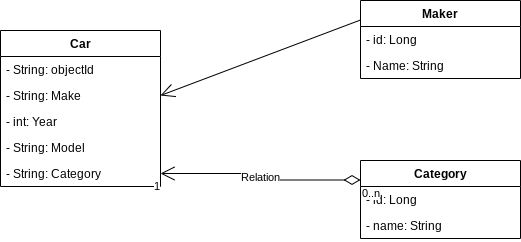
Earlier version of the draw.io export car_database.png (tolpiekin/car-rest-service). Source tidied: cells renumbered, new cells last; positions are measured from the earlier drawing's top-left corner, leaving out a move shared by most shapes. Source of this version:
```xml
<mxGraphModel>
  <root>
    <mxCell id="0" />
    <mxCell id="1" parent="0" />
    <mxCell id="2" value="Car" style="swimlane;fontStyle=1;align=center;verticalAlign=top;horizontal=1;startSize=26;" parent="1" vertex="1">
      <mxGeometry y="30" width="160" height="156" as="geometry" />
    </mxCell>
    <mxCell id="3" value="- String: objectId" style="text;strokeColor=none;fillColor=none;align=left;verticalAlign=top;spacingLeft=4;spacingRight=4;overflow=hidden;points=[[0,0.5],[1,0.5]];portConstraint=eastwest;" parent="2" vertex="1">
      <mxGeometry y="26" width="160" height="26" as="geometry" />
    </mxCell>
    <mxCell id="4" value="- String: Make" style="text;strokeColor=none;fillColor=none;align=left;verticalAlign=top;spacingLeft=4;spacingRight=4;overflow=hidden;points=[[0,0.5],[1,0.5]];portConstraint=eastwest;" parent="2" vertex="1">
      <mxGeometry y="52" width="160" height="26" as="geometry" />
    </mxCell>
    <mxCell id="5" value="- int: Year" style="text;strokeColor=none;fillColor=none;align=left;verticalAlign=top;spacingLeft=4;spacingRight=4;overflow=hidden;" parent="2" vertex="1">
      <mxGeometry y="78" width="160" height="26" as="geometry" />
    </mxCell>
    <mxCell id="6" value="- String: Model" style="text;strokeColor=none;fillColor=none;align=left;verticalAlign=top;spacingLeft=4;spacingRight=4;overflow=hidden;" parent="2" vertex="1">
      <mxGeometry y="104" width="160" height="26" as="geometry" />
    </mxCell>
    <mxCell id="7" value="- String: Category" style="text;strokeColor=none;fillColor=none;align=left;verticalAlign=top;spacingLeft=4;spacingRight=4;overflow=hidden;points=[[0,0.5],[1,0.5]];portConstraint=eastwest;" parent="2" vertex="1">
      <mxGeometry y="130" width="160" height="26" as="geometry" />
    </mxCell>
    <mxCell id="8" value="Maker" style="swimlane;fontStyle=1;align=center;verticalAlign=top;horizontal=1;startSize=26;" parent="1" vertex="1">
      <mxGeometry x="360" width="160" height="78" as="geometry" />
    </mxCell>
    <mxCell id="9" value="- id: Long" style="text;strokeColor=none;fillColor=none;align=left;verticalAlign=top;spacingLeft=4;spacingRight=4;overflow=hidden;" parent="8" vertex="1">
      <mxGeometry y="26" width="160" height="26" as="geometry" />
    </mxCell>
    <mxCell id="10" value="- Name: String" style="text;strokeColor=none;fillColor=none;align=left;verticalAlign=top;spacingLeft=4;spacingRight=4;overflow=hidden;" parent="8" vertex="1">
      <mxGeometry y="52" width="160" height="26" as="geometry" />
    </mxCell>
    <mxCell id="11" value="Category" style="swimlane;fontStyle=1;align=center;verticalAlign=top;horizontal=1;startSize=26;" parent="1" vertex="1">
      <mxGeometry x="360" y="160" width="160" height="78" as="geometry" />
    </mxCell>
    <mxCell id="12" value="- id: Long" style="text;strokeColor=none;fillColor=none;align=left;verticalAlign=top;spacingLeft=4;spacingRight=4;overflow=hidden;" parent="11" vertex="1">
      <mxGeometry y="26" width="160" height="26" as="geometry" />
    </mxCell>
    <mxCell id="13" value="- name: String" style="text;strokeColor=none;fillColor=none;align=left;verticalAlign=top;spacingLeft=4;spacingRight=4;overflow=hidden;" parent="11" vertex="1">
      <mxGeometry y="52" width="160" height="26" as="geometry" />
    </mxCell>
    <mxCell id="14" value="Relation" style="endArrow=open;html=1;endSize=12;startArrow=diamondThin;startSize=14;startFill=0;edgeStyle=orthogonalEdgeStyle;rounded=0;entryX=1;entryY=0.5;entryDx=0;entryDy=0;exitX=0;exitY=0.25;exitDx=0;exitDy=0;" parent="1" edge="1" source="11" target="7">
      <mxGeometry relative="1" as="geometry" />
    </mxCell>
    <mxCell id="15" value="0..n" style="edgeLabel;html=1;align=left;verticalAlign=top;" parent="14" vertex="1">
      <mxGeometry x="-1" relative="1" as="geometry" />
    </mxCell>
    <mxCell id="16" value="1" style="edgeLabel;html=1;align=right;verticalAlign=top;" parent="14" vertex="1">
      <mxGeometry x="1" relative="1" as="geometry" />
    </mxCell>
    <mxCell id="17" style="endArrow=open;endFill=1;endSize=12;html=1;rounded=0;entryX=1;entryY=0.5;entryDx=0;entryDy=0;exitX=0;exitY=0.25;exitDx=0;exitDy=0;" parent="1" edge="1" source="8" target="4">
      <mxGeometry relative="1" as="geometry" />
    </mxCell>
  </root>
</mxGraphModel>
```
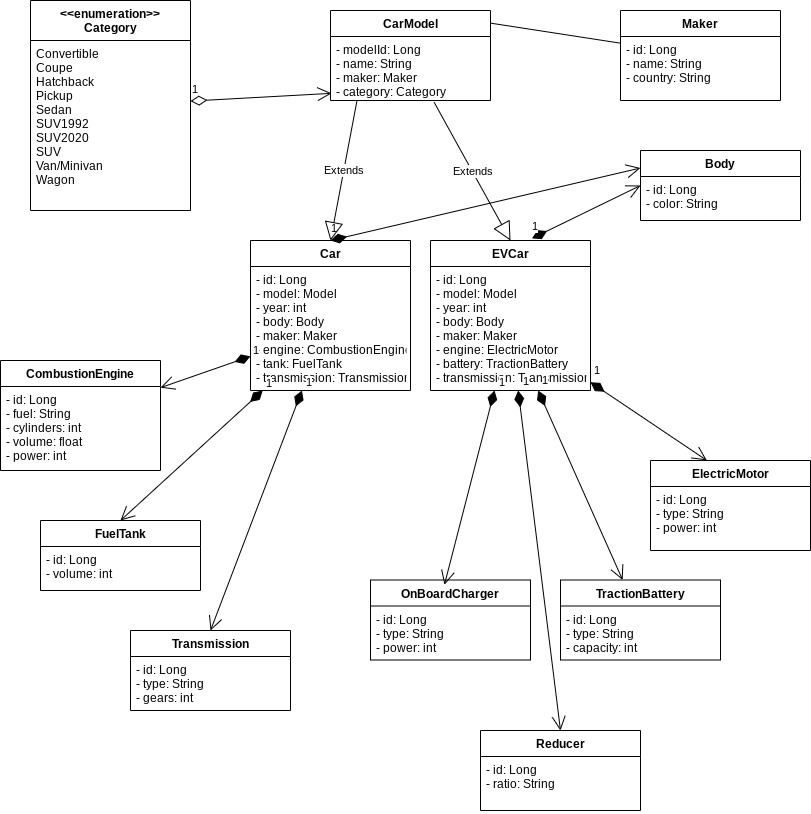
After the change.

What changed in the source:
```diff
@@ -3,52 +3,121 @@
     <mxCell id="0" />
     <mxCell id="1" parent="0" />
     <mxCell id="2" value="Car" style="swimlane;fontStyle=1;align=center;verticalAlign=top;horizontal=1;startSize=26;" parent="1" vertex="1">
-      <mxGeometry y="30" width="160" height="156" as="geometry" />
+      <mxGeometry x="140" y="150" width="160" height="150" as="geometry" />
     </mxCell>
-    <mxCell id="3" value="- String: objectId" style="text;strokeColor=none;fillColor=none;align=left;verticalAlign=top;spacingLeft=4;spacingRight=4;overflow=hidden;points=[[0,0.5],[1,0.5]];portConstraint=eastwest;" parent="2" vertex="1">
-      <mxGeometry y="26" width="160" height="26" as="geometry" />
+    <mxCell id="3" value="- id: Long&#10;- model: Model&#10;- year: int&#10;- body: Body&#10;- maker: Maker&#10;- engine: CombustionEngine&#10;- tank: FuelTank&#10;- transmission: Transmission" style="text;strokeColor=none;fillColor=none;align=left;verticalAlign=top;spacingLeft=4;spacingRight=4;overflow=hidden;points=[[0,0.5],[1,0.5]];portConstraint=eastwest;" parent="2" vertex="1">
+      <mxGeometry y="26" width="160" height="124" as="geometry" />
     </mxCell>
-    <mxCell id="4" value="- String: Make" style="text;strokeColor=none;fillColor=none;align=left;verticalAlign=top;spacingLeft=4;spacingRight=4;overflow=hidden;points=[[0,0.5],[1,0.5]];portConstraint=eastwest;" parent="2" vertex="1">
-      <mxGeometry y="52" width="160" height="26" as="geometry" />
-    </mxCell>
-    <mxCell id="5" value="- int: Year" style="text;strokeColor=none;fillColor=none;align=left;verticalAlign=top;spacingLeft=4;spacingRight=4;overflow=hidden;" parent="2" vertex="1">
-      <mxGeometry y="78" width="160" height="26" as="geometry" />
-    </mxCell>
-    <mxCell id="6" value="- String: Model" style="text;strokeColor=none;fillColor=none;align=left;verticalAlign=top;spacingLeft=4;spacingRight=4;overflow=hidden;" parent="2" vertex="1">
-      <mxGeometry y="104" width="160" height="26" as="geometry" />
-    </mxCell>
-    <mxCell id="7" value="- String: Category" style="text;strokeColor=none;fillColor=none;align=left;verticalAlign=top;spacingLeft=4;spacingRight=4;overflow=hidden;points=[[0,0.5],[1,0.5]];portConstraint=eastwest;" parent="2" vertex="1">
-      <mxGeometry y="130" width="160" height="26" as="geometry" />
-    </mxCell>
     <mxCell id="8" value="Maker" style="swimlane;fontStyle=1;align=center;verticalAlign=top;horizontal=1;startSize=26;" parent="1" vertex="1">
-      <mxGeometry x="360" width="160" height="78" as="geometry" />
+      <mxGeometry x="510" y="-80" width="160" height="90" as="geometry" />
     </mxCell>
-    <mxCell id="9" value="- id: Long" style="text;strokeColor=none;fillColor=none;align=left;verticalAlign=top;spacingLeft=4;spacingRight=4;overflow=hidden;" parent="8" vertex="1">
-      <mxGeometry y="26" width="160" height="26" as="geometry" />
+    <mxCell id="9" value="- id: Long&#10;- name: String&#10;- country: String" style="text;strokeColor=none;fillColor=none;align=left;verticalAlign=top;spacingLeft=4;spacingRight=4;overflow=hidden;" parent="8" vertex="1">
+      <mxGeometry y="26" width="160" height="64" as="geometry" />
     </mxCell>
-    <mxCell id="10" value="- Name: String" style="text;strokeColor=none;fillColor=none;align=left;verticalAlign=top;spacingLeft=4;spacingRight=4;overflow=hidden;" parent="8" vertex="1">
-      <mxGeometry y="52" width="160" height="26" as="geometry" />
-    </mxCell>
-    <mxCell id="11" value="Category" style="swimlane;fontStyle=1;align=center;verticalAlign=top;horizontal=1;startSize=26;" parent="1" vertex="1">
-      <mxGeometry x="360" y="160" width="160" height="78" as="geometry" />
+    <mxCell id="11" value="&lt;&lt;enumeration&gt;&gt;&#10;Category" style="swimlane;fontStyle=1;align=center;verticalAlign=top;horizontal=1;startSize=40;" parent="1" vertex="1">
+      <mxGeometry x="-80" y="-90" width="160" height="210" as="geometry" />
     </mxCell>
-    <mxCell id="12" value="- id: Long" style="text;strokeColor=none;fillColor=none;align=left;verticalAlign=top;spacingLeft=4;spacingRight=4;overflow=hidden;" parent="11" vertex="1">
-      <mxGeometry y="26" width="160" height="26" as="geometry" />
+    <mxCell id="12" value="Convertible&#10;Coupe&#10;Hatchback&#10;Pickup&#10;Sedan&#10;SUV1992&#10;SUV2020&#10;SUV&#10;Van/Minivan&#10;Wagon" style="text;strokeColor=none;fillColor=none;align=left;verticalAlign=top;spacingLeft=4;spacingRight=4;overflow=hidden;" parent="11" vertex="1">
+      <mxGeometry y="40" width="160" height="170" as="geometry" />
     </mxCell>
-    <mxCell id="13" value="- name: String" style="text;strokeColor=none;fillColor=none;align=left;verticalAlign=top;spacingLeft=4;spacingRight=4;overflow=hidden;" parent="11" vertex="1">
-      <mxGeometry y="52" width="160" height="26" as="geometry" />
-    </mxCell>
-    <mxCell id="14" value="Relation" style="endArrow=open;html=1;endSize=12;startArrow=diamondThin;startSize=14;startFill=0;edgeStyle=orthogonalEdgeStyle;rounded=0;entryX=1;entryY=0.5;entryDx=0;entryDy=0;exitX=0;exitY=0.25;exitDx=0;exitDy=0;" parent="1" edge="1" source="11" target="7">
-      <mxGeometry relative="1" as="geometry" />
-    </mxCell>
-    <mxCell id="15" value="0..n" style="edgeLabel;html=1;align=left;verticalAlign=top;" parent="14" vertex="1">
-      <mxGeometry x="-1" relative="1" as="geometry" />
-    </mxCell>
-    <mxCell id="16" value="1" style="edgeLabel;html=1;align=right;verticalAlign=top;" parent="14" vertex="1">
-      <mxGeometry x="1" relative="1" as="geometry" />
-    </mxCell>
-    <mxCell id="17" style="endArrow=open;endFill=1;endSize=12;html=1;rounded=0;entryX=1;entryY=0.5;entryDx=0;entryDy=0;exitX=0;exitY=0.25;exitDx=0;exitDy=0;" parent="1" edge="1" source="8" target="4">
-      <mxGeometry relative="1" as="geometry" />
-    </mxCell>
+    <mxCell id="18" value="CarModel" style="swimlane;fontStyle=1;align=center;verticalAlign=top;horizontal=1;startSize=26;" parent="1" vertex="1">
+      <mxGeometry x="220" y="-80" width="160" height="90" as="geometry" />
+    </mxCell>
+    <mxCell id="19" value="- modelId: Long&#10;- name: String&#10;- maker: Maker &#10;- category: Category" style="text;strokeColor=none;fillColor=none;align=left;verticalAlign=top;spacingLeft=4;spacingRight=4;overflow=hidden;points=[[0,0.5],[1,0.5]];portConstraint=eastwest;" parent="18" vertex="1">
+      <mxGeometry y="26" width="160" height="64" as="geometry" />
+    </mxCell>
+    <mxCell id="20" value="CombustionEngine" style="swimlane;fontStyle=1;align=center;verticalAlign=top;horizontal=1;startSize=26;" parent="1" vertex="1">
+      <mxGeometry x="-110" y="270" width="160" height="110" as="geometry" />
+    </mxCell>
+    <mxCell id="21" value="- id: Long&#10;- fuel: String&#10;- cylinders: int&#10;- volume: float&#10;- power: int" style="text;strokeColor=none;fillColor=none;align=left;verticalAlign=top;spacingLeft=4;spacingRight=4;overflow=hidden;" parent="20" vertex="1">
+      <mxGeometry y="26" width="160" height="84" as="geometry" />
+    </mxCell>
+    <mxCell id="22" value="ElectricMotor" style="swimlane;fontStyle=1;align=center;verticalAlign=top;horizontal=1;startSize=26;" parent="1" vertex="1">
+      <mxGeometry x="540" y="370" width="160" height="90" as="geometry" />
+    </mxCell>
+    <mxCell id="23" value="- id: Long&#10;- type: String&#10;- power: int" style="text;strokeColor=none;fillColor=none;align=left;verticalAlign=top;spacingLeft=4;spacingRight=4;overflow=hidden;" parent="22" vertex="1">
+      <mxGeometry y="26" width="160" height="64" as="geometry" />
+    </mxCell>
+    <mxCell id="24" value="Transmission" style="swimlane;fontStyle=1;align=center;verticalAlign=top;horizontal=1;startSize=26;" parent="1" vertex="1">
+      <mxGeometry x="20" y="540" width="160" height="80" as="geometry" />
+    </mxCell>
+    <mxCell id="25" value="- id: Long&#10;- type: String&#10;- gears: int" style="text;strokeColor=none;fillColor=none;align=left;verticalAlign=top;spacingLeft=4;spacingRight=4;overflow=hidden;" parent="24" vertex="1">
+      <mxGeometry y="26" width="160" height="54" as="geometry" />
+    </mxCell>
+    <mxCell id="26" value="Body" style="swimlane;fontStyle=1;align=center;verticalAlign=top;horizontal=1;startSize=26;" parent="1" vertex="1">
+      <mxGeometry x="530" y="60" width="160" height="70" as="geometry" />
+    </mxCell>
+    <mxCell id="27" value="- id: Long&#10;- color: String" style="text;strokeColor=none;fillColor=none;align=left;verticalAlign=top;spacingLeft=4;spacingRight=4;overflow=hidden;" parent="26" vertex="1">
+      <mxGeometry y="26" width="160" height="44" as="geometry" />
+    </mxCell>
+    <mxCell id="28" value="FuelTank" style="swimlane;fontStyle=1;align=center;verticalAlign=top;horizontal=1;startSize=26;" parent="1" vertex="1">
+      <mxGeometry x="-70" y="430" width="160" height="70" as="geometry" />
+    </mxCell>
+    <mxCell id="29" value="- id: Long&#10;- volume: int" style="text;strokeColor=none;fillColor=none;align=left;verticalAlign=top;spacingLeft=4;spacingRight=4;overflow=hidden;" parent="28" vertex="1">
+      <mxGeometry y="26" width="160" height="44" as="geometry" />
+    </mxCell>
+    <mxCell id="30" value="TractionBattery" style="swimlane;fontStyle=1;align=center;verticalAlign=top;horizontal=1;startSize=26;" parent="1" vertex="1">
+      <mxGeometry x="450" y="489.5" width="160" height="80" as="geometry" />
+    </mxCell>
+    <mxCell id="31" value="- id: Long&#10;- type: String&#10;- capacity: int" style="text;strokeColor=none;fillColor=none;align=left;verticalAlign=top;spacingLeft=4;spacingRight=4;overflow=hidden;" parent="30" vertex="1">
+      <mxGeometry y="26" width="160" height="54" as="geometry" />
+    </mxCell>
+    <mxCell id="32" value="EVCar" style="swimlane;fontStyle=1;align=center;verticalAlign=top;horizontal=1;startSize=26;" parent="1" vertex="1">
+      <mxGeometry x="320" y="150" width="160" height="150" as="geometry" />
+    </mxCell>
+    <mxCell id="33" value="- id: Long&#10;- model: Model&#10;- year: int&#10;- body: Body&#10;- maker: Maker&#10;- engine: ElectricMotor&#10;- battery: TractionBattery&#10;- transmission: Transmission" style="text;strokeColor=none;fillColor=none;align=left;verticalAlign=top;spacingLeft=4;spacingRight=4;overflow=hidden;points=[[0,0.5],[1,0.5]];portConstraint=eastwest;" parent="32" vertex="1">
+      <mxGeometry y="26" width="160" height="124" as="geometry" />
+    </mxCell>
+    <mxCell id="34" value="OnBoardCharger" style="swimlane;fontStyle=1;align=center;verticalAlign=top;horizontal=1;startSize=26;" parent="1" vertex="1">
+      <mxGeometry x="260" y="489.5" width="160" height="80" as="geometry" />
+    </mxCell>
+    <mxCell id="35" value="- id: Long&#10;- type: String&#10;- power: int" style="text;strokeColor=none;fillColor=none;align=left;verticalAlign=top;spacingLeft=4;spacingRight=4;overflow=hidden;" parent="34" vertex="1">
+      <mxGeometry y="26" width="160" height="54" as="geometry" />
+    </mxCell>
+    <mxCell id="36" value="Reducer" style="swimlane;fontStyle=1;align=center;verticalAlign=top;horizontal=1;startSize=26;" parent="1" vertex="1">
+      <mxGeometry x="370" y="640" width="160" height="80" as="geometry" />
+    </mxCell>
+    <mxCell id="37" value="- id: Long&#10;- ratio: String" style="text;strokeColor=none;fillColor=none;align=left;verticalAlign=top;spacingLeft=4;spacingRight=4;overflow=hidden;" parent="36" vertex="1">
+      <mxGeometry y="26" width="160" height="54" as="geometry" />
+    </mxCell>
+    <mxCell id="38" value="1" style="endArrow=open;html=1;endSize=12;startArrow=diamondThin;startSize=14;startFill=1;align=left;verticalAlign=bottom;rounded=0;entryX=0.5;entryY=0;entryDx=0;entryDy=0;" parent="1" edge="1" source="2" target="24">
+      <mxGeometry x="-1" y="3" relative="1" as="geometry" />
+    </mxCell>
+    <mxCell id="39" value="1" style="endArrow=open;html=1;endSize=12;startArrow=diamondThin;startSize=14;startFill=1;align=left;verticalAlign=bottom;rounded=0;entryX=0.5;entryY=0;entryDx=0;entryDy=0;" parent="1" edge="1" source="3" target="28">
+      <mxGeometry x="-1" y="3" relative="1" as="geometry" />
+    </mxCell>
+    <mxCell id="40" value="1" style="endArrow=open;html=1;endSize=12;startArrow=diamondThin;startSize=14;startFill=1;align=left;verticalAlign=bottom;rounded=0;" parent="1" edge="1" source="3" target="20">
+      <mxGeometry x="-1" y="3" relative="1" as="geometry" />
+    </mxCell>
+    <mxCell id="41" value="1" style="endArrow=open;html=1;endSize=12;startArrow=diamondThin;startSize=14;startFill=1;align=left;verticalAlign=bottom;rounded=0;entryX=0.462;entryY=0.06;entryDx=0;entryDy=0;entryPerimeter=0;" parent="1" edge="1" source="33" target="34">
+      <mxGeometry x="-1" y="3" relative="1" as="geometry" />
+    </mxCell>
+    <mxCell id="42" value="1" style="endArrow=open;html=1;endSize=12;startArrow=diamondThin;startSize=14;startFill=1;align=left;verticalAlign=bottom;rounded=0;entryX=0.5;entryY=0;entryDx=0;entryDy=0;" parent="1" edge="1" source="33" target="36">
+      <mxGeometry x="-1" y="3" relative="1" as="geometry" />
+    </mxCell>
+    <mxCell id="43" value="1" style="endArrow=open;html=1;endSize=12;startArrow=diamondThin;startSize=14;startFill=1;align=left;verticalAlign=bottom;rounded=0;" parent="1" edge="1" source="33" target="30">
+      <mxGeometry x="-1" y="3" relative="1" as="geometry" />
+    </mxCell>
+    <mxCell id="44" value="1" style="endArrow=open;html=1;endSize=12;startArrow=diamondThin;startSize=14;startFill=1;align=left;verticalAlign=bottom;rounded=0;entryX=0.352;entryY=-0.001;entryDx=0;entryDy=0;entryPerimeter=0;" parent="1" edge="1" source="33" target="22">
+      <mxGeometry x="-1" y="3" relative="1" as="geometry" />
+    </mxCell>
+    <mxCell id="45" value="1" style="endArrow=open;html=1;endSize=12;startArrow=diamondThin;startSize=14;startFill=1;align=left;verticalAlign=bottom;rounded=0;entryX=0;entryY=0.5;entryDx=0;entryDy=0;exitX=0.634;exitY=-0.014;exitDx=0;exitDy=0;exitPerimeter=0;" parent="1" edge="1" source="32" target="26">
+      <mxGeometry x="-1" y="3" relative="1" as="geometry" />
+    </mxCell>
+    <mxCell id="46" value="1" style="endArrow=open;html=1;endSize=12;startArrow=diamondThin;startSize=14;startFill=1;align=left;verticalAlign=bottom;rounded=0;entryX=0;entryY=0.25;entryDx=0;entryDy=0;exitX=0.5;exitY=0;exitDx=0;exitDy=0;" parent="1" edge="1" source="2" target="26">
+      <mxGeometry x="-1" y="3" relative="1" as="geometry" />
+    </mxCell>
+    <mxCell id="47" style="endArrow=none;html=1;rounded=0;entryX=0.999;entryY=0.14;entryDx=0;entryDy=0;entryPerimeter=0;" parent="1" edge="1" source="8" target="18">
+      <mxGeometry relative="1" as="geometry" />
+    </mxCell>
+    <mxCell id="48" value="1" style="endArrow=open;html=1;endSize=12;startArrow=diamondThin;startSize=14;startFill=0;align=left;verticalAlign=bottom;rounded=0;entryX=0.007;entryY=0.888;entryDx=0;entryDy=0;entryPerimeter=0;" parent="1" edge="1" source="11" target="19">
+      <mxGeometry x="-1" y="3" relative="1" as="geometry" />
+    </mxCell>
+    <mxCell id="49" value="Extends" style="endArrow=block;endSize=16;endFill=0;html=1;rounded=0;exitX=0.165;exitY=1.01;exitDx=0;exitDy=0;exitPerimeter=0;entryX=0.5;entryY=0;entryDx=0;entryDy=0;" parent="1" edge="1" source="19" target="2">
+      <mxGeometry relative="1" as="geometry" />
+    </mxCell>
+    <mxCell id="50" value="Extends" style="endArrow=block;endSize=16;endFill=0;html=1;rounded=0;exitX=0.648;exitY=1.029;exitDx=0;exitDy=0;exitPerimeter=0;entryX=0.5;entryY=0;entryDx=0;entryDy=0;" parent="1" edge="1" source="19" target="32">
+      <mxGeometry relative="1" as="geometry" />
+    </mxCell>
   </root>
 </mxGraphModel>
```
